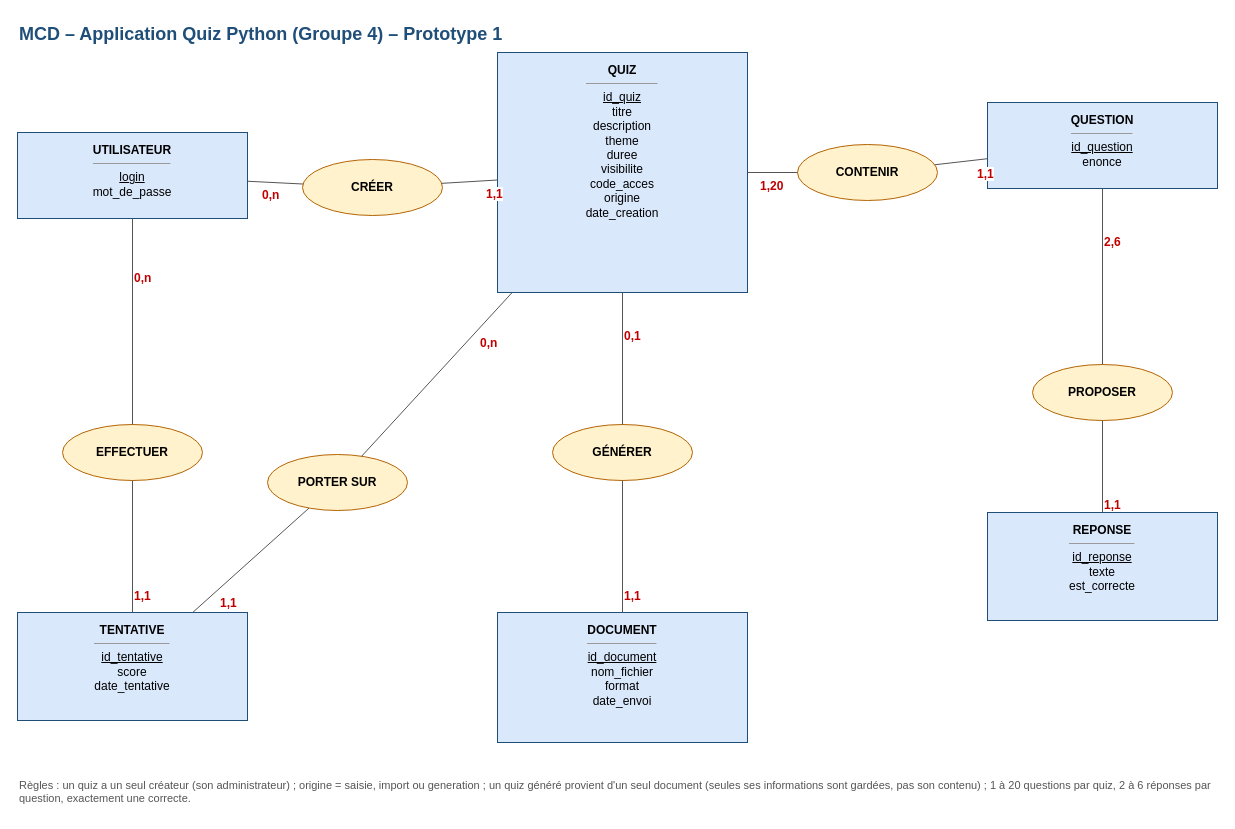
Above: docs/MCD_Prototype1.drawio in ohn-tech/proj531-quiz-groupe4 (draw.io), before the change. Source tidied: cells renumbered, new cells numbered last; positions are measured from the earlier drawing's top-left corner, leaving out a move shared by most shapes. Both pictures are drawn from the tidied source at 100%, with x=0, y=0 at pixel (17, 17).
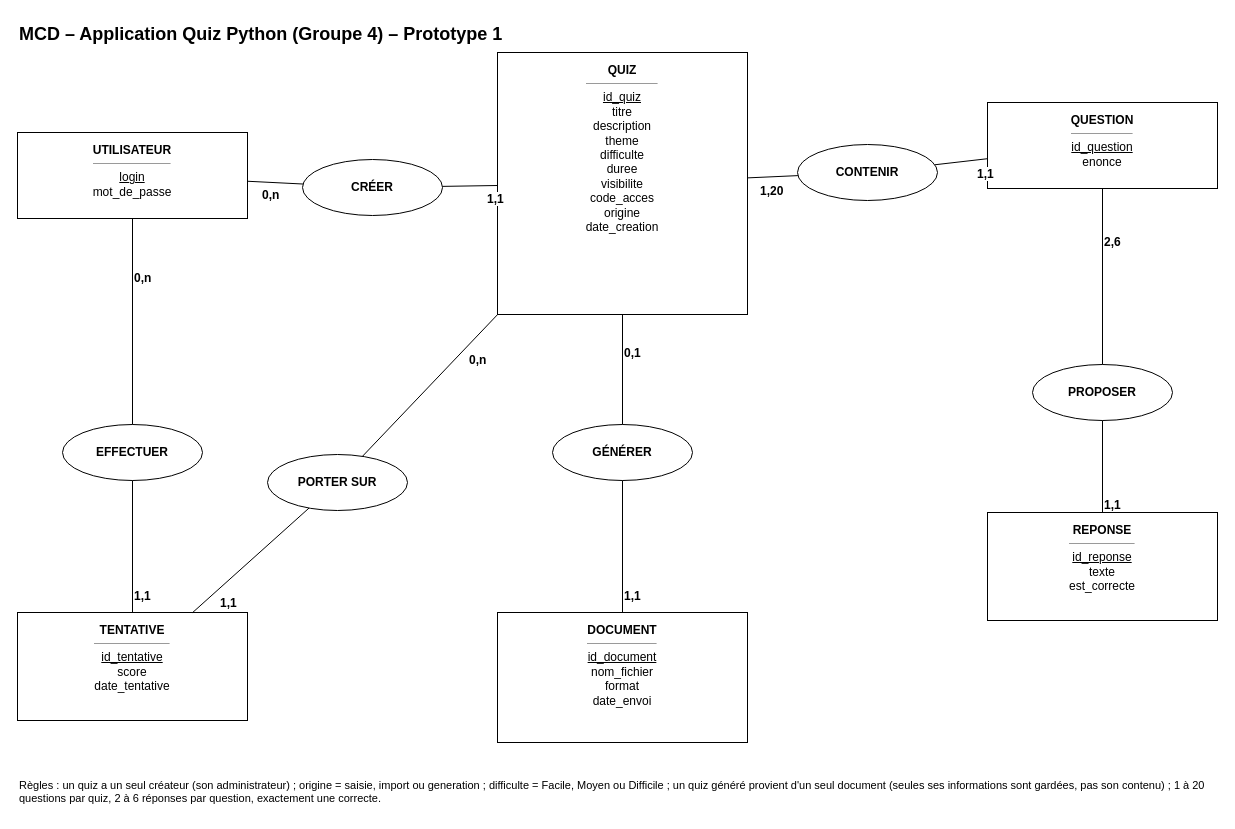
Above is the later version.

The edit, as a diff of the source:
```diff
@@
-    <mxCell id="2" value="MCD – Application Quiz Python (Groupe 4) – Prototype 1" style="text;html=1;fontSize=18;fontStyle=1;fontColor=#1f4e79;align=left;" parent="1" vertex="1">
+    <mxCell id="2" value="MCD – Application Quiz Python (Groupe 4) – Prototype 1" style="text;html=1;fontSize=18;fontStyle=1;fontColor=#000000;align=left;" parent="1" vertex="1">
       <mxGeometry width="700" height="30" as="geometry" />
     </mxCell>
-    <mxCell id="3" value="&lt;b&gt;UTILISATEUR&lt;/b&gt;&lt;hr size=&quot;1&quot;&gt;&lt;u&gt;login&lt;/u&gt;&lt;br&gt;mot_de_passe" style="rounded=0;whiteSpace=wrap;html=1;fillColor=#dae8fc;strokeColor=#1f4e79;align=center;verticalAlign=top;spacingTop=4;fontSize=12;" parent="1" vertex="1">
+    <mxCell id="3" value="&lt;b&gt;UTILISATEUR&lt;/b&gt;&lt;hr size=&quot;1&quot;&gt;&lt;u&gt;login&lt;/u&gt;&lt;br&gt;mot_de_passe" style="rounded=0;whiteSpace=wrap;html=1;fillColor=#ffffff;strokeColor=#000000;align=center;verticalAlign=top;spacingTop=4;fontSize=12;" parent="1" vertex="1">
       <mxGeometry y="115" width="230" height="86" as="geometry" />
     </mxCell>
-    <mxCell id="4" value="&lt;b&gt;QUIZ&lt;/b&gt;&lt;hr size=&quot;1&quot;&gt;&lt;u&gt;id_quiz&lt;/u&gt;&lt;br&gt;titre&lt;br&gt;description&lt;br&gt;theme&lt;br&gt;duree&lt;br&gt;visibilite&lt;br&gt;code_acces&lt;br&gt;origine&lt;br&gt;date_creation" style="rounded=0;whiteSpace=wrap;html=1;fillColor=#dae8fc;strokeColor=#1f4e79;align=center;verticalAlign=top;spacingTop=4;fontSize=12;" parent="1" vertex="1">
-      <mxGeometry x="480" y="35" width="250" height="240" as="geometry" />
+    <mxCell id="4" value="&lt;b&gt;QUIZ&lt;/b&gt;&lt;hr size=&quot;1&quot;&gt;&lt;u&gt;id_quiz&lt;/u&gt;&lt;br&gt;titre&lt;br&gt;description&lt;br&gt;theme&lt;br&gt;difficulte&lt;br&gt;duree&lt;br&gt;visibilite&lt;br&gt;code_acces&lt;br&gt;origine&lt;br&gt;date_creation" style="rounded=0;whiteSpace=wrap;html=1;fillColor=#ffffff;strokeColor=#000000;align=center;verticalAlign=top;spacingTop=4;fontSize=12;" parent="1" vertex="1">
+      <mxGeometry x="480" y="35" width="250" height="262" as="geometry" />
     </mxCell>
-    <mxCell id="5" value="&lt;b&gt;QUESTION&lt;/b&gt;&lt;hr size=&quot;1&quot;&gt;&lt;u&gt;id_question&lt;/u&gt;&lt;br&gt;enonce" style="rounded=0;whiteSpace=wrap;html=1;fillColor=#dae8fc;strokeColor=#1f4e79;align=center;verticalAlign=top;spacingTop=4;fontSize=12;" parent="1" vertex="1">
+    <mxCell id="5" value="&lt;b&gt;QUESTION&lt;/b&gt;&lt;hr size=&quot;1&quot;&gt;&lt;u&gt;id_question&lt;/u&gt;&lt;br&gt;enonce" style="rounded=0;whiteSpace=wrap;html=1;fillColor=#ffffff;strokeColor=#000000;align=center;verticalAlign=top;spacingTop=4;fontSize=12;" parent="1" vertex="1">
       <mxGeometry x="970" y="85" width="230" height="86" as="geometry" />
     </mxCell>
-    <mxCell id="6" value="&lt;b&gt;REPONSE&lt;/b&gt;&lt;hr size=&quot;1&quot;&gt;&lt;u&gt;id_reponse&lt;/u&gt;&lt;br&gt;texte&lt;br&gt;est_correcte" style="rounded=0;whiteSpace=wrap;html=1;fillColor=#dae8fc;strokeColor=#1f4e79;align=center;verticalAlign=top;spacingTop=4;fontSize=12;" parent="1" vertex="1">
+    <mxCell id="6" value="&lt;b&gt;REPONSE&lt;/b&gt;&lt;hr size=&quot;1&quot;&gt;&lt;u&gt;id_reponse&lt;/u&gt;&lt;br&gt;texte&lt;br&gt;est_correcte" style="rounded=0;whiteSpace=wrap;html=1;fillColor=#ffffff;strokeColor=#000000;align=center;verticalAlign=top;spacingTop=4;fontSize=12;" parent="1" vertex="1">
       <mxGeometry x="970" y="495" width="230" height="108" as="geometry" />
     </mxCell>
-    <mxCell id="7" value="&lt;b&gt;TENTATIVE&lt;/b&gt;&lt;hr size=&quot;1&quot;&gt;&lt;u&gt;id_tentative&lt;/u&gt;&lt;br&gt;score&lt;br&gt;date_tentative" style="rounded=0;whiteSpace=wrap;html=1;fillColor=#dae8fc;strokeColor=#1f4e79;align=center;verticalAlign=top;spacingTop=4;fontSize=12;" parent="1" vertex="1">
+    <mxCell id="7" value="&lt;b&gt;TENTATIVE&lt;/b&gt;&lt;hr size=&quot;1&quot;&gt;&lt;u&gt;id_tentative&lt;/u&gt;&lt;br&gt;score&lt;br&gt;date_tentative" style="rounded=0;whiteSpace=wrap;html=1;fillColor=#ffffff;strokeColor=#000000;align=center;verticalAlign=top;spacingTop=4;fontSize=12;" parent="1" vertex="1">
       <mxGeometry y="595" width="230" height="108" as="geometry" />
     </mxCell>
-    <mxCell id="8" value="&lt;b&gt;DOCUMENT&lt;/b&gt;&lt;hr size=&quot;1&quot;&gt;&lt;u&gt;id_document&lt;/u&gt;&lt;br&gt;nom_fichier&lt;br&gt;format&lt;br&gt;date_envoi" style="rounded=0;whiteSpace=wrap;html=1;fillColor=#dae8fc;strokeColor=#1f4e79;align=center;verticalAlign=top;spacingTop=4;fontSize=12;" parent="1" vertex="1">
+    <mxCell id="8" value="&lt;b&gt;DOCUMENT&lt;/b&gt;&lt;hr size=&quot;1&quot;&gt;&lt;u&gt;id_document&lt;/u&gt;&lt;br&gt;nom_fichier&lt;br&gt;format&lt;br&gt;date_envoi" style="rounded=0;whiteSpace=wrap;html=1;fillColor=#ffffff;strokeColor=#000000;align=center;verticalAlign=top;spacingTop=4;fontSize=12;" parent="1" vertex="1">
       <mxGeometry x="480" y="595" width="250" height="130" as="geometry" />
     </mxCell>
-    <mxCell id="9" value="CRÉER" style="ellipse;whiteSpace=wrap;html=1;fillColor=#fff2cc;strokeColor=#b46504;fontStyle=1;fontSize=12;" parent="1" vertex="1">
+    <mxCell id="9" value="CRÉER" style="ellipse;whiteSpace=wrap;html=1;fillColor=#ffffff;strokeColor=#000000;fontStyle=1;fontSize=12;" parent="1" vertex="1">
       <mxGeometry x="285" y="142" width="140" height="56" as="geometry" />
     </mxCell>
-    <mxCell id="10" value="CONTENIR" style="ellipse;whiteSpace=wrap;html=1;fillColor=#fff2cc;strokeColor=#b46504;fontStyle=1;fontSize=12;" parent="1" vertex="1">
+    <mxCell id="10" value="CONTENIR" style="ellipse;whiteSpace=wrap;html=1;fillColor=#ffffff;strokeColor=#000000;fontStyle=1;fontSize=12;" parent="1" vertex="1">
       <mxGeometry x="780" y="127" width="140" height="56" as="geometry" />
     </mxCell>
-    <mxCell id="11" value="PROPOSER" style="ellipse;whiteSpace=wrap;html=1;fillColor=#fff2cc;strokeColor=#b46504;fontStyle=1;fontSize=12;" parent="1" vertex="1">
+    <mxCell id="11" value="PROPOSER" style="ellipse;whiteSpace=wrap;html=1;fillColor=#ffffff;strokeColor=#000000;fontStyle=1;fontSize=12;" parent="1" vertex="1">
       <mxGeometry x="1015" y="347" width="140" height="56" as="geometry" />
     </mxCell>
-    <mxCell id="12" value="EFFECTUER" style="ellipse;whiteSpace=wrap;html=1;fillColor=#fff2cc;strokeColor=#b46504;fontStyle=1;fontSize=12;" parent="1" vertex="1">
+    <mxCell id="12" value="EFFECTUER" style="ellipse;whiteSpace=wrap;html=1;fillColor=#ffffff;strokeColor=#000000;fontStyle=1;fontSize=12;" parent="1" vertex="1">
       <mxGeometry x="45" y="407" width="140" height="56" as="geometry" />
     </mxCell>
-    <mxCell id="13" value="PORTER SUR" style="ellipse;whiteSpace=wrap;html=1;fillColor=#fff2cc;strokeColor=#b46504;fontStyle=1;fontSize=12;" parent="1" vertex="1">
+    <mxCell id="13" value="PORTER SUR" style="ellipse;whiteSpace=wrap;html=1;fillColor=#ffffff;strokeColor=#000000;fontStyle=1;fontSize=12;" parent="1" vertex="1">
       <mxGeometry x="250" y="437" width="140" height="56" as="geometry" />
     </mxCell>
-    <mxCell id="14" value="GÉNÉRER" style="ellipse;whiteSpace=wrap;html=1;fillColor=#fff2cc;strokeColor=#b46504;fontStyle=1;fontSize=12;" parent="1" vertex="1">
+    <mxCell id="14" value="GÉNÉRER" style="ellipse;whiteSpace=wrap;html=1;fillColor=#ffffff;strokeColor=#000000;fontStyle=1;fontSize=12;" parent="1" vertex="1">
       <mxGeometry x="535" y="407" width="140" height="56" as="geometry" />
     </mxCell>
-    <mxCell id="15" style="endArrow=none;html=1;strokeColor=#555555;" parent="1" edge="1" source="3" target="9">
+    <mxCell id="15" style="endArrow=none;html=1;strokeColor=#000000;" parent="1" edge="1" source="3" target="9">
       <mxGeometry relative="1" as="geometry" />
     </mxCell>
-    <mxCell id="16" value="0,n" style="edgeLabel;html=1;fontSize=12;fontStyle=1;fontColor=#c00000;labelBackgroundColor=#ffffff;" parent="15" vertex="1">
+    <mxCell id="16" value="0,n" style="edgeLabel;html=1;fontSize=12;fontStyle=1;fontColor=#000000;labelBackgroundColor=#ffffff;" parent="15" vertex="1">
       <mxGeometry x="-0.55" relative="1" as="geometry" />
     </mxCell>
-    <mxCell id="17" style="endArrow=none;html=1;strokeColor=#555555;" parent="1" edge="1" source="4" target="9">
+    <mxCell id="17" style="endArrow=none;html=1;strokeColor=#000000;" parent="1" edge="1" source="4" target="9">
       <mxGeometry relative="1" as="geometry" />
     </mxCell>
-    <mxCell id="18" value="1,1" style="edgeLabel;html=1;fontSize=12;fontStyle=1;fontColor=#c00000;labelBackgroundColor=#ffffff;" parent="17" vertex="1">
+    <mxCell id="18" value="1,1" style="edgeLabel;html=1;fontSize=12;fontStyle=1;fontColor=#000000;labelBackgroundColor=#ffffff;" parent="17" vertex="1">
       <mxGeometry x="-0.55" relative="1" as="geometry" />
     </mxCell>
-    <mxCell id="19" style="endArrow=none;html=1;strokeColor=#555555;" parent="1" edge="1" source="4" target="10">
+    <mxCell id="19" style="endArrow=none;html=1;strokeColor=#000000;" parent="1" edge="1" source="4" target="10">
       <mxGeometry relative="1" as="geometry" />
     </mxCell>
-    <mxCell id="20" value="1,20" style="edgeLabel;html=1;fontSize=12;fontStyle=1;fontColor=#c00000;labelBackgroundColor=#ffffff;" parent="19" vertex="1">
+    <mxCell id="20" value="1,20" style="edgeLabel;html=1;fontSize=12;fontStyle=1;fontColor=#000000;labelBackgroundColor=#ffffff;" parent="19" vertex="1">
       <mxGeometry x="-0.55" relative="1" as="geometry" />
     </mxCell>
-    <mxCell id="21" style="endArrow=none;html=1;strokeColor=#555555;" parent="1" edge="1" source="5" target="10">
+    <mxCell id="21" style="endArrow=none;html=1;strokeColor=#000000;" parent="1" edge="1" source="5" target="10">
       <mxGeometry relative="1" as="geometry" />
     </mxCell>
-    <mxCell id="22" value="1,1" style="edgeLabel;html=1;fontSize=12;fontStyle=1;fontColor=#c00000;labelBackgroundColor=#ffffff;" parent="21" vertex="1">
+    <mxCell id="22" value="1,1" style="edgeLabel;html=1;fontSize=12;fontStyle=1;fontColor=#000000;labelBackgroundColor=#ffffff;" parent="21" vertex="1">
       <mxGeometry x="-0.55" relative="1" as="geometry" />
     </mxCell>
-    <mxCell id="23" style="endArrow=none;html=1;strokeColor=#555555;" parent="1" edge="1" source="5" target="11">
+    <mxCell id="23" style="endArrow=none;html=1;strokeColor=#000000;" parent="1" edge="1" source="5" target="11">
       <mxGeometry relative="1" as="geometry" />
     </mxCell>
-    <mxCell id="24" value="2,6" style="edgeLabel;html=1;fontSize=12;fontStyle=1;fontColor=#c00000;labelBackgroundColor=#ffffff;" parent="23" vertex="1">
+    <mxCell id="24" value="2,6" style="edgeLabel;html=1;fontSize=12;fontStyle=1;fontColor=#000000;labelBackgroundColor=#ffffff;" parent="23" vertex="1">
       <mxGeometry x="-0.55" relative="1" as="geometry" />
     </mxCell>
-    <mxCell id="25" style="endArrow=none;html=1;strokeColor=#555555;" parent="1" edge="1" source="6" target="11">
+    <mxCell id="25" style="endArrow=none;html=1;strokeColor=#000000;" parent="1" edge="1" source="6" target="11">
       <mxGeometry relative="1" as="geometry" />
     </mxCell>
-    <mxCell id="26" value="1,1" style="edgeLabel;html=1;fontSize=12;fontStyle=1;fontColor=#c00000;labelBackgroundColor=#ffffff;" parent="25" vertex="1">
+    <mxCell id="26" value="1,1" style="edgeLabel;html=1;fontSize=12;fontStyle=1;fontColor=#000000;labelBackgroundColor=#ffffff;" parent="25" vertex="1">
       <mxGeometry x="-0.55" relative="1" as="geometry" />
     </mxCell>
-    <mxCell id="27" style="endArrow=none;html=1;strokeColor=#555555;" parent="1" edge="1" source="3" target="12">
+    <mxCell id="27" style="endArrow=none;html=1;strokeColor=#000000;" parent="1" edge="1" source="3" target="12">
       <mxGeometry relative="1" as="geometry" />
     </mxCell>
-    <mxCell id="28" value="0,n" style="edgeLabel;html=1;fontSize=12;fontStyle=1;fontColor=#c00000;labelBackgroundColor=#ffffff;" parent="27" vertex="1">
+    <mxCell id="28" value="0,n" style="edgeLabel;html=1;fontSize=12;fontStyle=1;fontColor=#000000;labelBackgroundColor=#ffffff;" parent="27" vertex="1">
       <mxGeometry x="-0.55" relative="1" as="geometry" />
     </mxCell>
-    <mxCell id="29" style="endArrow=none;html=1;strokeColor=#555555;" parent="1" edge="1" source="7" target="12">
+    <mxCell id="29" style="endArrow=none;html=1;strokeColor=#000000;" parent="1" edge="1" source="7" target="12">
       <mxGeometry relative="1" as="geometry" />
     </mxCell>
-    <mxCell id="30" value="1,1" style="edgeLabel;html=1;fontSize=12;fontStyle=1;fontColor=#c00000;labelBackgroundColor=#ffffff;" parent="29" vertex="1">
+    <mxCell id="30" value="1,1" style="edgeLabel;html=1;fontSize=12;fontStyle=1;fontColor=#000000;labelBackgroundColor=#ffffff;" parent="29" vertex="1">
       <mxGeometry x="-0.55" relative="1" as="geometry" />
     </mxCell>
-    <mxCell id="31" style="endArrow=none;html=1;strokeColor=#555555;" parent="1" edge="1" source="4" target="13">
+    <mxCell id="31" style="endArrow=none;html=1;strokeColor=#000000;" parent="1" edge="1" source="4" target="13">
       <mxGeometry relative="1" as="geometry" />
     </mxCell>
-    <mxCell id="32" value="0,n" style="edgeLabel;html=1;fontSize=12;fontStyle=1;fontColor=#c00000;labelBackgroundColor=#ffffff;" parent="31" vertex="1">
+    <mxCell id="32" value="0,n" style="edgeLabel;html=1;fontSize=12;fontStyle=1;fontColor=#000000;labelBackgroundColor=#ffffff;" parent="31" vertex="1">
       <mxGeometry x="-0.55" relative="1" as="geometry" />
     </mxCell>
-    <mxCell id="33" style="endArrow=none;html=1;strokeColor=#555555;" parent="1" edge="1" source="7" target="13">
+    <mxCell id="33" style="endArrow=none;html=1;strokeColor=#000000;" parent="1" edge="1" source="7" target="13">
       <mxGeometry relative="1" as="geometry" />
     </mxCell>
-    <mxCell id="34" value="1,1" style="edgeLabel;html=1;fontSize=12;fontStyle=1;fontColor=#c00000;labelBackgroundColor=#ffffff;" parent="33" vertex="1">
+    <mxCell id="34" value="1,1" style="edgeLabel;html=1;fontSize=12;fontStyle=1;fontColor=#000000;labelBackgroundColor=#ffffff;" parent="33" vertex="1">
       <mxGeometry x="-0.55" relative="1" as="geometry" />
     </mxCell>
-    <mxCell id="35" style="endArrow=none;html=1;strokeColor=#555555;" parent="1" edge="1" source="4" target="14">
+    <mxCell id="35" style="endArrow=none;html=1;strokeColor=#000000;" parent="1" edge="1" source="4" target="14">
       <mxGeometry relative="1" as="geometry" />
     </mxCell>
-    <mxCell id="36" value="0,1" style="edgeLabel;html=1;fontSize=12;fontStyle=1;fontColor=#c00000;labelBackgroundColor=#ffffff;" parent="35" vertex="1">
+    <mxCell id="36" value="0,1" style="edgeLabel;html=1;fontSize=12;fontStyle=1;fontColor=#000000;labelBackgroundColor=#ffffff;" parent="35" vertex="1">
       <mxGeometry x="-0.55" relative="1" as="geometry" />
     </mxCell>
-    <mxCell id="37" style="endArrow=none;html=1;strokeColor=#555555;" parent="1" edge="1" source="8" target="14">
+    <mxCell id="37" style="endArrow=none;html=1;strokeColor=#000000;" parent="1" edge="1" source="8" target="14">
       <mxGeometry relative="1" as="geometry" />
     </mxCell>
-    <mxCell id="38" value="1,1" style="edgeLabel;html=1;fontSize=12;fontStyle=1;fontColor=#c00000;labelBackgroundColor=#ffffff;" parent="37" vertex="1">
+    <mxCell id="38" value="1,1" style="edgeLabel;html=1;fontSize=12;fontStyle=1;fontColor=#000000;labelBackgroundColor=#ffffff;" parent="37" vertex="1">
       <mxGeometry x="-0.55" relative="1" as="geometry" />
     </mxCell>
-    <mxCell id="39" value="Règles : un quiz a un seul créateur (son administrateur) ; origine = saisie, import ou generation ; un quiz généré provient d'un seul document (seules ses informations sont gardées, pas son contenu) ; 1 à 20 questions par quiz, 2 à 6 réponses par question, exactement une correcte." style="text;html=1;whiteSpace=wrap;fontSize=11;fontColor=#555555;align=left;" parent="1" vertex="1">
+    <mxCell id="39" value="Règles : un quiz a un seul créateur (son administrateur) ; origine = saisie, import ou generation ; difficulte = Facile, Moyen ou Difficile ; un quiz généré provient d'un seul document (seules ses informations sont gardées, pas son contenu) ; 1 à 20 questions par quiz, 2 à 6 réponses par question, exactement une correcte." style="text;html=1;whiteSpace=wrap;fontSize=11;fontColor=#000000;align=left;" parent="1" vertex="1">
       <mxGeometry y="755" width="1200" height="40" as="geometry" />
     </mxCell>
```
